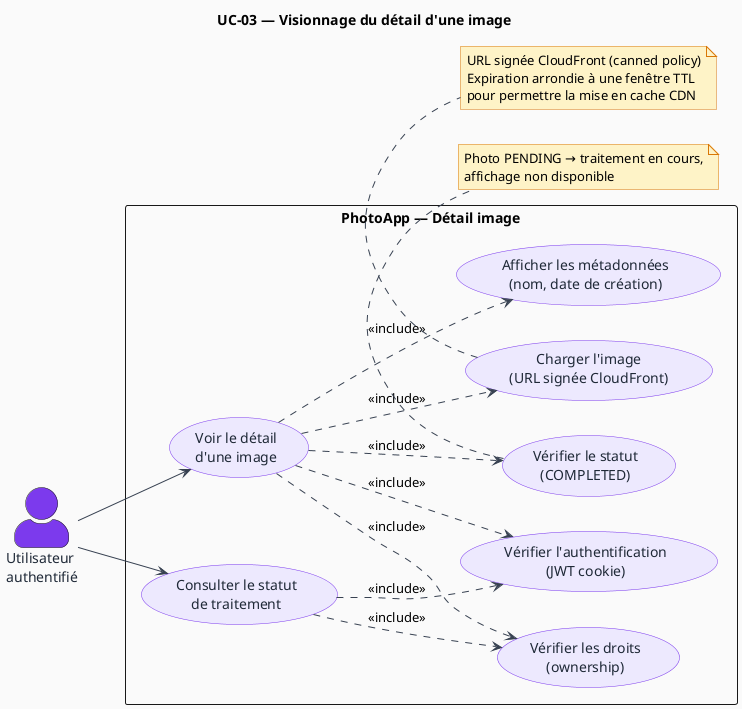
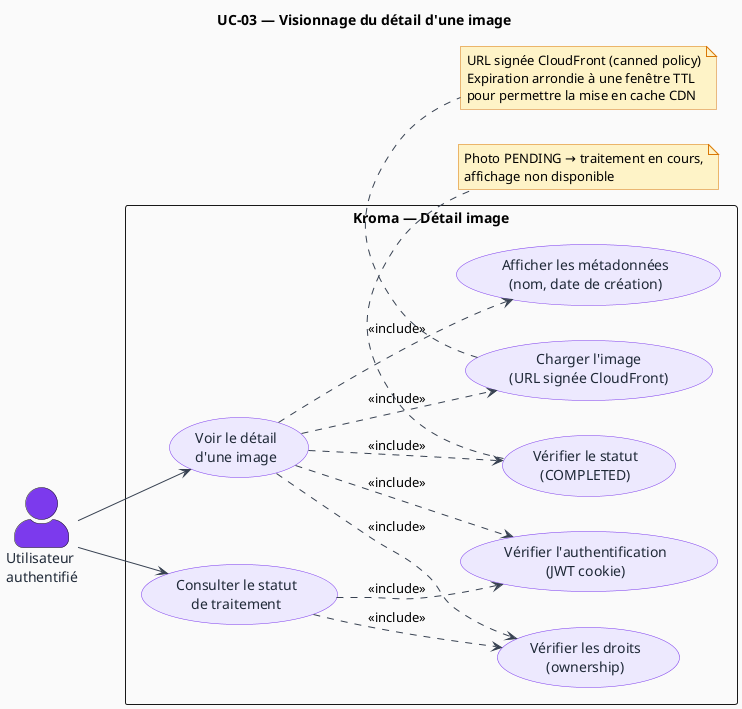
@startuml UC-03 — Visionnage du détail d'une image

title UC-03 — Visionnage du détail d'une image

left to right direction

skinparam actorStyle awesome
skinparam backgroundColor #FAFAFA
skinparam usecase {
  BackgroundColor #EDE9FE
  BorderColor #7C3AED
  FontColor #1F2937
}
skinparam actor {
  BackgroundColor #7C3AED
  FontColor #1F2937
}
skinparam arrow {
  Color #374151
}
skinparam note {
  BackgroundColor #FEF3C7
  BorderColor #D97706
}

actor "Utilisateur\nauthentifié" as User

- rectangle "PhotoApp — Détail image" {
+ rectangle "Kroma — Détail image" {

  usecase "Voir le détail\nd'une image" as UC_ViewDetail
  usecase "Consulter le statut\nde traitement" as UC_GetStatus

  usecase "Vérifier l'authentification\n(JWT cookie)" as UC_Auth
  usecase "Vérifier les droits\n(ownership)" as UC_CheckOwner
  usecase "Vérifier le statut\n(COMPLETED)" as UC_CheckStatus
  usecase "Charger l'image\n(URL signée CloudFront)" as UC_LoadImage
  usecase "Afficher les métadonnées\n(nom, date de création)" as UC_ShowMeta

}

User --> UC_ViewDetail
User --> UC_GetStatus

UC_ViewDetail ..> UC_Auth        : <<include>>
UC_ViewDetail ..> UC_CheckOwner  : <<include>>
UC_ViewDetail ..> UC_CheckStatus : <<include>>
UC_ViewDetail ..> UC_LoadImage   : <<include>>
UC_ViewDetail ..> UC_ShowMeta    : <<include>>

UC_GetStatus  ..> UC_Auth        : <<include>>
UC_GetStatus  ..> UC_CheckOwner  : <<include>>

note bottom of UC_CheckStatus
  Photo PENDING → traitement en cours,
  affichage non disponible
end note

note bottom of UC_LoadImage
  URL signée CloudFront (canned policy)
  Expiration arrondie à une fenêtre TTL
  pour permettre la mise en cache CDN
end note

@enduml
